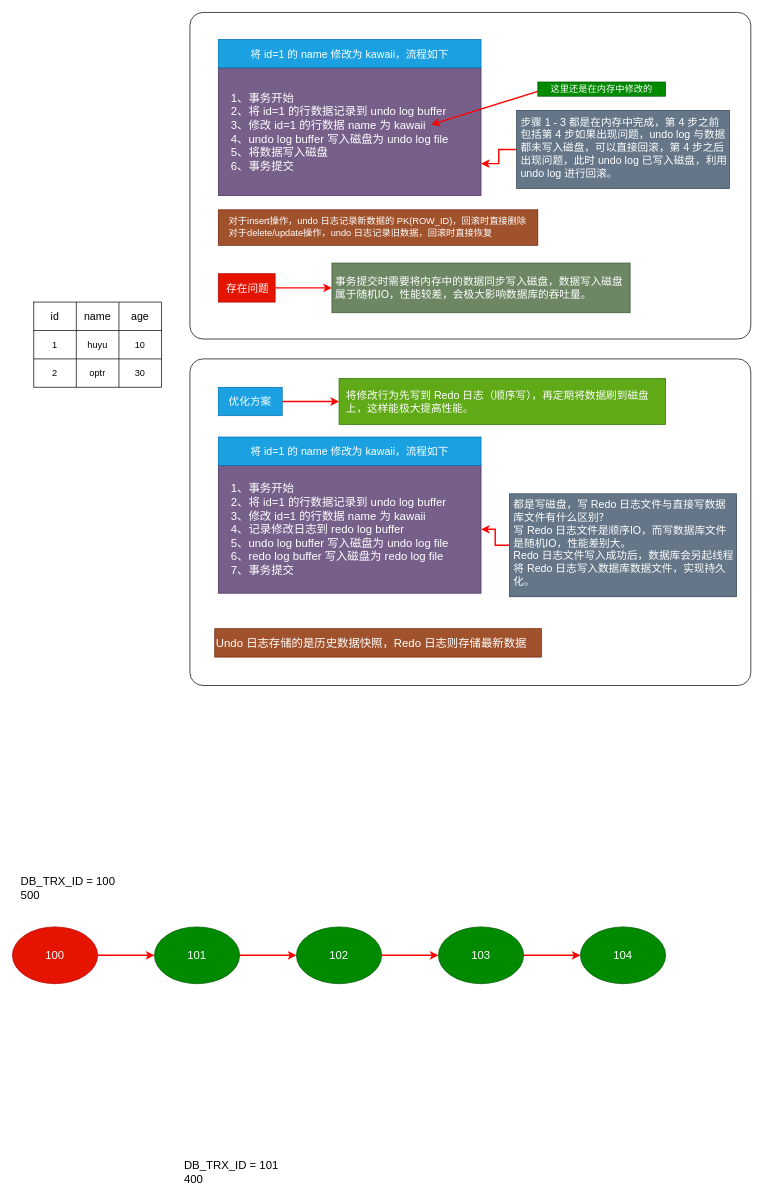
Eudora-Bessie/AutoApiSR keeps this draw.io diagram as mysql_redo_undo.drawio. Above is the earlier version. Source tidied: cells renumbered, new cells numbered last; positions are measured from the earlier drawing's top-left corner, leaving out a move shared by most shapes. Both pictures are drawn from the tidied source at 71%, with x=0, y=0 at pixel (12, 12).
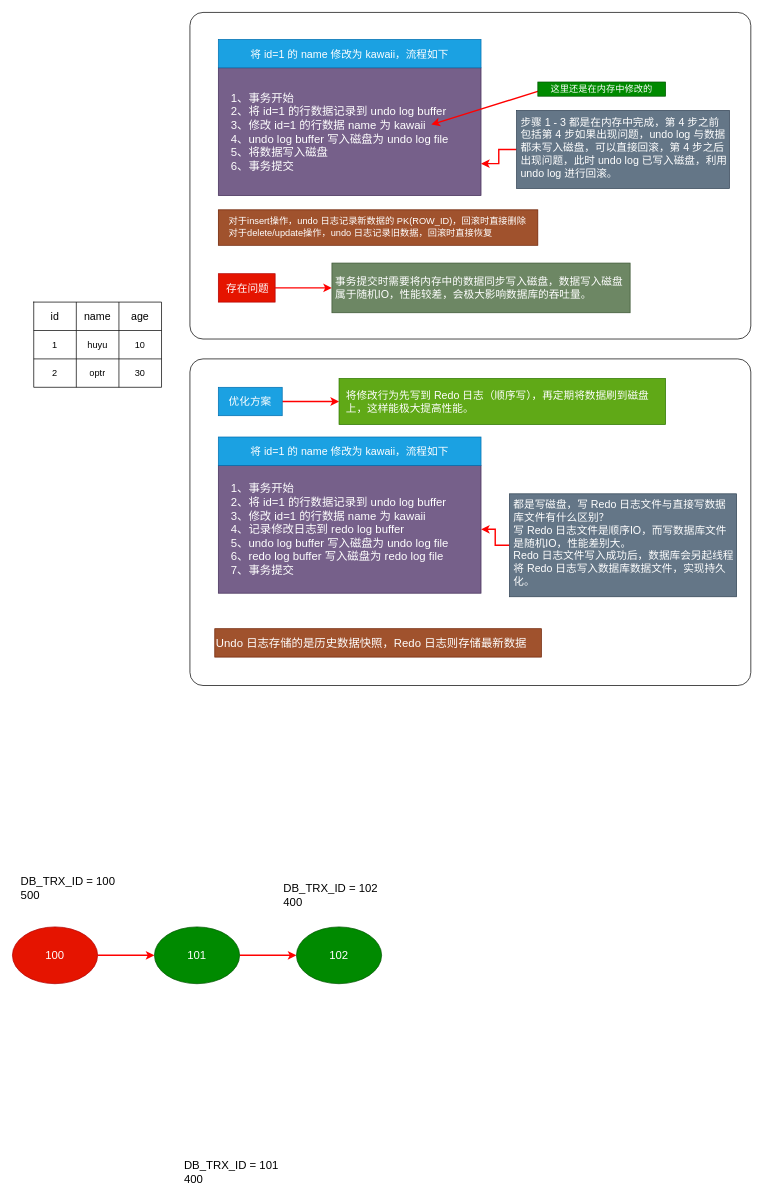
Above is the later version.

Unchanged cells that the change refers to:
```xml
<mxCell id="40" value="102" style="ellipse;whiteSpace=wrap;html=1;fontSize=16;align=center;fillColor=#008a00;strokeColor=#005700;fontColor=#ffffff;" parent="1" vertex="1">
  <mxGeometry x="400" y="1288" width="120" height="80" as="geometry" />
</mxCell>
```

Change to the diagram source:
```diff
@@
-    <mxCell id="39" style="edgeStyle=orthogonalEdgeStyle;rounded=0;jettySize=auto;html=1;strokeColor=#FF0000;strokeWidth=2;fontSize=16;" parent="1" edge="1" source="40" target="42">
-      <mxGeometry relative="1" as="geometry" />
-    </mxCell>
@@
-    <mxCell id="41" style="edgeStyle=orthogonalEdgeStyle;rounded=0;jettySize=auto;html=1;strokeColor=#FF0000;strokeWidth=2;fontSize=16;" parent="1" edge="1" source="42" target="44">
-      <mxGeometry relative="1" as="geometry" />
-    </mxCell>
-    <mxCell id="42" value="103" style="ellipse;whiteSpace=wrap;html=1;fontSize=16;align=center;fillColor=#008a00;strokeColor=#005700;fontColor=#ffffff;" parent="1" vertex="1">
-      <mxGeometry x="600" y="1288" width="120" height="80" as="geometry" />
-    </mxCell>
@@
-    <mxCell id="44" value="104" style="ellipse;whiteSpace=wrap;html=1;fontSize=16;align=center;fillColor=#008a00;strokeColor=#005700;fontColor=#ffffff;" parent="1" vertex="1">
-      <mxGeometry x="800" y="1288" width="120" height="80" as="geometry" />
-    </mxCell>
@@
+    <mxCell id="46" value="&lt;div&gt;DB_TRX_ID = 102&lt;/div&gt;&lt;div&gt;400&lt;/div&gt;" style="text;html=1;strokeColor=none;fillColor=none;align=left;verticalAlign=middle;whiteSpace=wrap;rounded=0;fontSize=16;" parent="1" vertex="1">
+      <mxGeometry x="380" y="1218" width="190" height="50" as="geometry" />
+    </mxCell>
```
